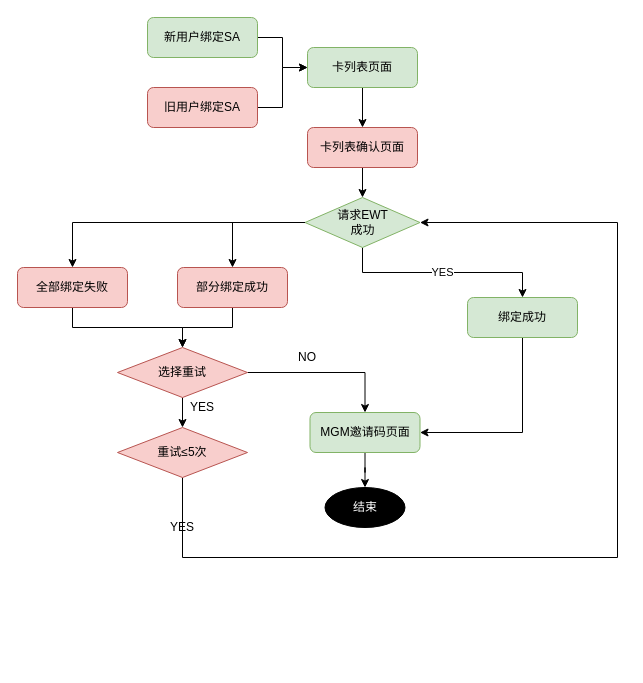
This is BoC Pay 5、7月版本计划.drawio from MarkYongfengZheng/WFT, a draw.io file, before an edit. Source tidied: cells renumbered, new cells numbered last; positions are measured from the earlier drawing's top-left corner, leaving out a move shared by most shapes. Both pictures are drawn from the tidied source at 100%, with x=0, y=0 at pixel (17, 17).
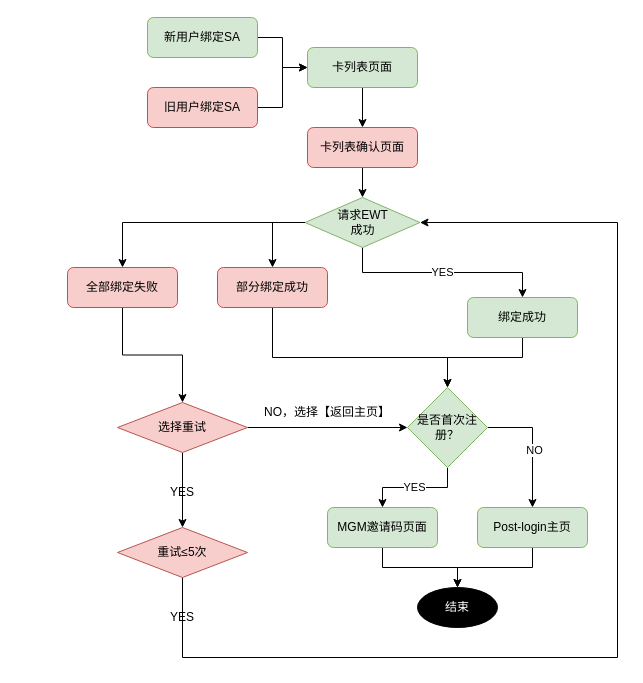
After the change.

Commit message:
Update BoC Pay 5、7月版本计划.drawio

The change refers to these unchanged cells:
```xml
<mxCell id="14" value="绑定成功" style="rounded=1;whiteSpace=wrap;html=1;fillColor=#d5e8d4;strokeColor=#82b366;" parent="1" vertex="1">
  <mxGeometry x="450" y="280" width="110" height="40" as="geometry" />
</mxCell>
<mxCell id="26" value="请求EWT&lt;br&gt;成功" style="rhombus;whiteSpace=wrap;html=1;fillColor=#d5e8d4;strokeColor=#82b366;" parent="1" vertex="1">
  <mxGeometry x="287.5" y="180" width="115" height="50" as="geometry" />
</mxCell>
```

The edit, as a diff of the source:
```diff
@@
-    <mxCell id="13" style="edgeStyle=orthogonalEdgeStyle;rounded=0;jettySize=auto;html=1;entryX=1;entryY=0.5;entryDx=0;entryDy=0;exitX=0.5;exitY=1;exitDx=0;exitDy=0;" parent="1" edge="1" source="14" target="20">
-      <mxGeometry relative="1" as="geometry">
-        <Array as="points">
-          <mxPoint x="505" y="415" />
-        </Array>
-      </mxGeometry>
-    </mxCell>
+    <mxCell id="31" style="edgeStyle=orthogonalEdgeStyle;rounded=0;jettySize=auto;html=1;fontColor=#FFFFFF;" parent="1" edge="1" source="14" target="37">
+      <mxGeometry relative="1" as="geometry">
+        <Array as="points">
+          <mxPoint x="505" y="340" />
+          <mxPoint x="430" y="340" />
+        </Array>
+      </mxGeometry>
+    </mxCell>
@@
-    <mxCell id="15" style="edgeStyle=orthogonalEdgeStyle;rounded=0;jettySize=auto;html=1;entryX=0.5;entryY=0;entryDx=0;entryDy=0;" parent="1" edge="1" source="16" target="23">
-      <mxGeometry relative="1" as="geometry" />
-    </mxCell>
+    <mxCell id="32" style="edgeStyle=orthogonalEdgeStyle;rounded=0;jettySize=auto;html=1;entryX=0.5;entryY=0;entryDx=0;entryDy=0;fontColor=#FFFFFF;exitX=0.5;exitY=1;exitDx=0;exitDy=0;" parent="1" edge="1" source="16" target="37">
+      <mxGeometry relative="1" as="geometry">
+        <Array as="points">
+          <mxPoint x="255" y="340" />
+          <mxPoint x="430" y="340" />
+        </Array>
+      </mxGeometry>
+    </mxCell>
     <mxCell id="16" value="部分绑定成功" style="rounded=1;whiteSpace=wrap;html=1;fillColor=#f8cecc;strokeColor=#b85450;" parent="1" vertex="1">
-      <mxGeometry x="160" y="250" width="110" height="40" as="geometry" />
+      <mxGeometry x="200" y="250" width="110" height="40" as="geometry" />
     </mxCell>
@@
     <mxCell id="18" value="全部绑定失败" style="rounded=1;whiteSpace=wrap;html=1;fillColor=#f8cecc;strokeColor=#b85450;" parent="1" vertex="1">
-      <mxGeometry y="250" width="110" height="40" as="geometry" />
+      <mxGeometry x="50" y="250" width="110" height="40" as="geometry" />
     </mxCell>
@@
     <mxCell id="20" value="MGM邀请码页面" style="rounded=1;whiteSpace=wrap;html=1;fillColor=#d5e8d4;strokeColor=#82b366;" parent="1" vertex="1">
-      <mxGeometry x="292.5" y="395" width="110" height="40" as="geometry" />
+      <mxGeometry x="310" y="490" width="110" height="40" as="geometry" />
     </mxCell>
-    <mxCell id="21" style="edgeStyle=orthogonalEdgeStyle;rounded=0;jettySize=auto;html=1;entryX=0.5;entryY=0;entryDx=0;entryDy=0;" parent="1" edge="1" source="23" target="20">
-      <mxGeometry relative="1" as="geometry" />
-    </mxCell>
@@
+    <mxCell id="33" style="edgeStyle=orthogonalEdgeStyle;rounded=0;jettySize=auto;html=1;entryX=0;entryY=0.5;entryDx=0;entryDy=0;fontColor=#FFFFFF;" parent="1" edge="1" source="23" target="37">
+      <mxGeometry relative="1" as="geometry" />
+    </mxCell>
     <mxCell id="23" value="选择重试" style="rhombus;whiteSpace=wrap;html=1;fillColor=#f8cecc;strokeColor=#b85450;" parent="1" vertex="1">
-      <mxGeometry x="100" y="330" width="130" height="50" as="geometry" />
+      <mxGeometry x="100" y="385" width="130" height="50" as="geometry" />
     </mxCell>
     <mxCell id="24" style="edgeStyle=orthogonalEdgeStyle;rounded=0;jettySize=auto;html=1;entryX=1;entryY=0.5;entryDx=0;entryDy=0;" parent="1" edge="1" source="25" target="26">
       <mxGeometry relative="1" as="geometry">
         <Array as="points">
-          <mxPoint x="165" y="540" />
-          <mxPoint x="600" y="540" />
+          <mxPoint x="165" y="640" />
+          <mxPoint x="600" y="640" />
           <mxPoint x="600" y="205" />
         </Array>
       </mxGeometry>
     </mxCell>
     <mxCell id="25" value="重试≤5次" style="rhombus;whiteSpace=wrap;html=1;fillColor=#f8cecc;strokeColor=#b85450;" parent="1" vertex="1">
-      <mxGeometry x="100" y="410" width="130" height="50" as="geometry" />
+      <mxGeometry x="100" y="510" width="130" height="50" as="geometry" />
     </mxCell>
@@
     <mxCell id="27" value="结束" style="ellipse;whiteSpace=wrap;html=1;fillColor=#000000;fontColor=#FFFFFF;" parent="1" vertex="1">
-      <mxGeometry x="307.5" y="470" width="80" height="40" as="geometry" />
+      <mxGeometry x="400" y="570" width="80" height="40" as="geometry" />
     </mxCell>
     <mxCell id="28" value="&lt;font color=&quot;#000000&quot;&gt;YES&lt;/font&gt;" style="text;html=1;strokeColor=none;fillColor=none;align=center;verticalAlign=middle;whiteSpace=wrap;rounded=0;fontColor=#FFFFFF;" parent="1" vertex="1">
-      <mxGeometry x="145" y="500" width="40" height="20" as="geometry" />
+      <mxGeometry x="145" y="590" width="40" height="20" as="geometry" />
     </mxCell>
-    <mxCell id="29" value="&lt;font color=&quot;#000000&quot;&gt;NO&lt;/font&gt;" style="text;html=1;strokeColor=none;fillColor=none;align=center;verticalAlign=middle;whiteSpace=wrap;rounded=0;fontColor=#FFFFFF;" parent="1" vertex="1">
-      <mxGeometry x="270" y="330" width="40" height="20" as="geometry" />
+    <mxCell id="29" value="&lt;font color=&quot;#000000&quot;&gt;NO，选择【返回主页】&lt;/font&gt;" style="text;html=1;strokeColor=none;fillColor=none;align=center;verticalAlign=middle;whiteSpace=wrap;rounded=0;fontColor=#FFFFFF;" parent="1" vertex="1">
+      <mxGeometry x="240" y="385" width="140" height="20" as="geometry" />
     </mxCell>
     <mxCell id="30" value="&lt;font color=&quot;#000000&quot;&gt;YES&lt;/font&gt;" style="text;html=1;strokeColor=none;fillColor=none;align=center;verticalAlign=middle;whiteSpace=wrap;rounded=0;fontColor=#FFFFFF;" parent="1" vertex="1">
-      <mxGeometry x="165" y="380" width="40" height="20" as="geometry" />
+      <mxGeometry x="145" y="464.5" width="40" height="20" as="geometry" />
     </mxCell>
+    <mxCell id="34" value="&lt;font color=&quot;#000000&quot;&gt;YES&lt;/font&gt;" style="edgeStyle=orthogonalEdgeStyle;rounded=0;jettySize=auto;html=1;entryX=0.5;entryY=0;entryDx=0;entryDy=0;fontColor=#FFFFFF;" parent="1" edge="1" source="37" target="20">
+      <mxGeometry relative="1" as="geometry" />
+    </mxCell>
+    <mxCell id="35" style="edgeStyle=orthogonalEdgeStyle;rounded=0;jettySize=auto;html=1;entryX=0.5;entryY=0;entryDx=0;entryDy=0;fontColor=#FFFFFF;exitX=1;exitY=0.5;exitDx=0;exitDy=0;" parent="1" edge="1" source="37" target="39">
+      <mxGeometry relative="1" as="geometry" />
+    </mxCell>
+    <mxCell id="36" value="&lt;font color=&quot;#000000&quot;&gt;NO&lt;/font&gt;" style="edgeLabel;html=1;align=center;verticalAlign=middle;fontColor=#FFFFFF;" parent="35" vertex="1">
+      <mxGeometry x="0.06" y="1" relative="1" as="geometry">
+        <mxPoint y="1" as="offset" />
+      </mxGeometry>
+    </mxCell>
+    <mxCell id="37" value="是否首次注册？" style="rhombus;whiteSpace=wrap;html=1;fillColor=#d5e8d4;strokeColor=#82b366;" parent="1" vertex="1">
+      <mxGeometry x="390" y="370" width="80" height="80" as="geometry" />
+    </mxCell>
+    <mxCell id="38" style="edgeStyle=orthogonalEdgeStyle;rounded=0;jettySize=auto;html=1;entryX=0.5;entryY=0;entryDx=0;entryDy=0;fontColor=#FFFFFF;" parent="1" edge="1" source="39" target="27">
+      <mxGeometry relative="1" as="geometry" />
+    </mxCell>
+    <mxCell id="39" value="Post-login主页" style="rounded=1;whiteSpace=wrap;html=1;fillColor=#d5e8d4;strokeColor=#82b366;" parent="1" vertex="1">
+      <mxGeometry x="460" y="490" width="110" height="40" as="geometry" />
+    </mxCell>
```
